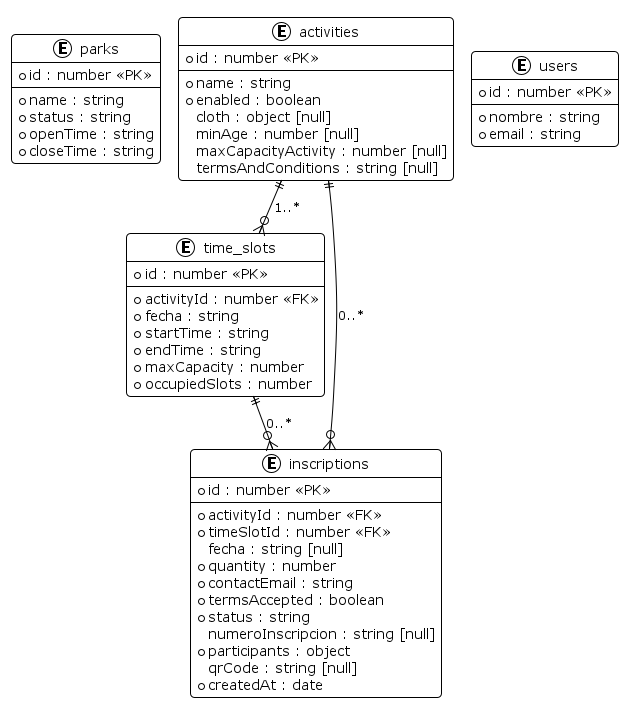
Above: trabajos/practicos-evaluables/practico-6/doc-testing/diagrams/ecoharmony_erd.png in milagrso/repositorio-ISW-g4-4k3-2026 (PlantUML), before the change. Its diagram source:
```plantuml
@startuml ecoharmony_erd
!pragma layout smetana
!theme plain
skinparam roundcorner 8
skinparam shadowing false

entity "parks" as parks {
    * id : number <<PK>>
    --
    * name : string
    * status : string
    * openTime : string
    * closeTime : string
}

entity "activities" as activities {
    * id : number <<PK>>
    --
    * name : string
    * enabled : boolean
    cloth : object [null]
    minAge : number [null]
    maxCapacityActivity : number [null]
    termsAndConditions : string [null]
}

entity "time_slots" as time_slots {
    * id : number <<PK>>
    --
    * activityId : number <<FK>>
    * fecha : string
    * startTime : string
    * endTime : string
    * maxCapacity : number
    * occupiedSlots : number
}

entity "users" as users {
    * id : number <<PK>>
    --
    * nombre : string
    * email : string
}

entity "inscriptions" as inscriptions {
    * id : number <<PK>>
    --
    * activityId : number <<FK>>
    * timeSlotId : number <<FK>>
    fecha : string [null]
    * quantity : number
    * contactEmail : string
    * termsAccepted : boolean
    * status : string
    numeroInscripcion : string [null]
    * participants : object
    qrCode : string [null]
    * createdAt : date
}

activities ||--o{ time_slots : "1..*"
activities ||--o{ inscriptions : "0..*"
time_slots ||--o{ inscriptions : "0..*"
@enduml
```
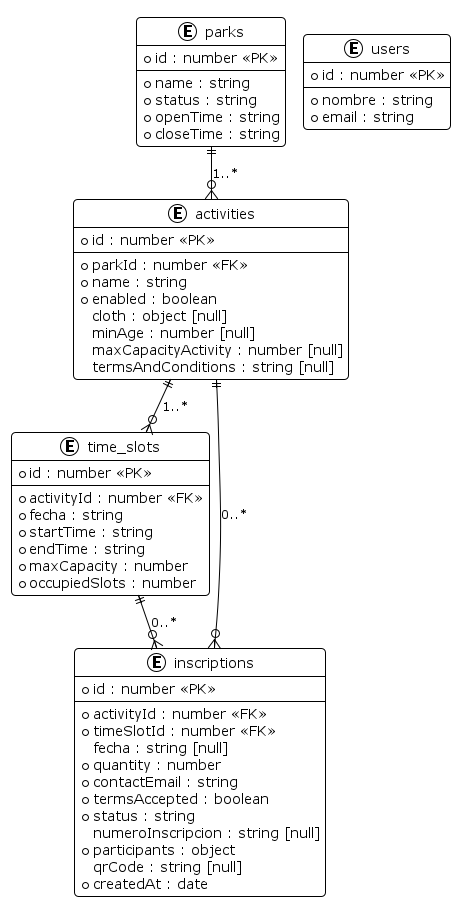
The same file after the commit.

Commit message:
Se actualizo los diagramas

Diff of the diagram source:
```diff
@@ -16,6 +16,7 @@
 entity "activities" as activities {
     * id : number <<PK>>
     --
+    * parkId : number <<FK>>
     * name : string
     * enabled : boolean
     cloth : object [null]
@@ -58,6 +59,7 @@
     * createdAt : date
 }
 
+parks ||--o{ activities : "1..*"
 activities ||--o{ time_slots : "1..*"
 activities ||--o{ inscriptions : "0..*"
 time_slots ||--o{ inscriptions : "0..*"
```
